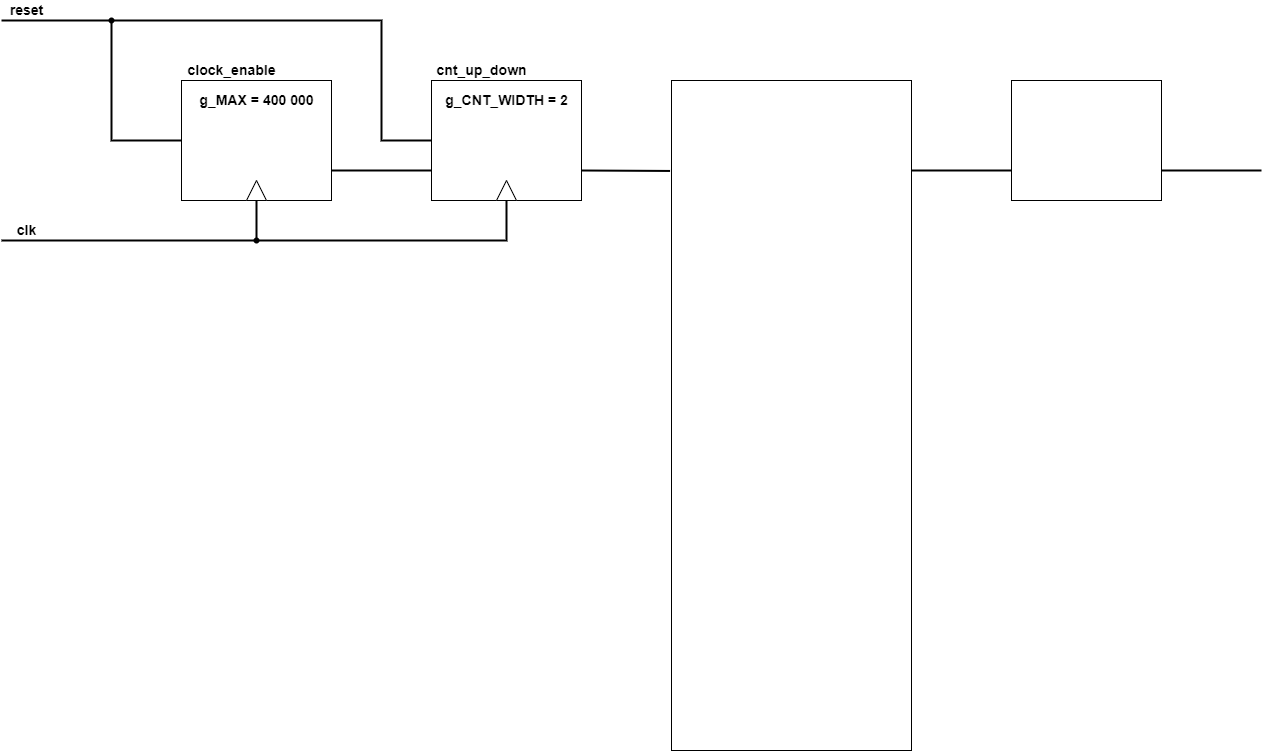
Marxs31/digital-electronics-1 keeps this draw.io diagram as labs/07-display_driver/images/schema2.png. Above is the earlier version. Source tidied: cells renumbered, new cells last; positions are measured from the earlier drawing's top-left corner, leaving out a move shared by most shapes. Source of this version:
```xml
<mxGraphModel>
  <root>
    <mxCell id="0" />
    <mxCell id="1" parent="0" />
    <mxCell id="2" style="rounded=0;whiteSpace=wrap;html=1;" parent="1" vertex="1">
      <mxGeometry x="180" y="80" width="150" height="120" as="geometry" />
    </mxCell>
    <mxCell id="3" style="rounded=0;whiteSpace=wrap;html=1;" parent="1" vertex="1">
      <mxGeometry x="430" y="80" width="150" height="120" as="geometry" />
    </mxCell>
    <mxCell id="4" style="rounded=0;whiteSpace=wrap;html=1;" parent="1" vertex="1">
      <mxGeometry x="670" y="80" width="240" height="670" as="geometry" />
    </mxCell>
    <mxCell id="5" style="rounded=0;whiteSpace=wrap;html=1;" parent="1" vertex="1">
      <mxGeometry x="1010" y="80" width="150" height="120" as="geometry" />
    </mxCell>
    <mxCell id="6" style="endArrow=none;html=1;rounded=0;entryX=0;entryY=0.75;entryDx=0;entryDy=0;strokeWidth=2;" parent="1" edge="1" target="3">
      <mxGeometry relative="1" as="geometry">
        <mxPoint x="330" y="170" as="sourcePoint" />
      </mxGeometry>
    </mxCell>
    <mxCell id="7" style="endArrow=none;html=1;rounded=0;exitX=1;exitY=0.75;exitDx=0;exitDy=0;entryX=-0.006;entryY=0.135;entryDx=0;entryDy=0;entryPerimeter=0;strokeWidth=2;" parent="1" edge="1" source="3" target="4">
      <mxGeometry relative="1" as="geometry" />
    </mxCell>
    <mxCell id="8" style="endArrow=none;html=1;rounded=0;strokeWidth=2;" parent="1" edge="1">
      <mxGeometry relative="1" as="geometry">
        <mxPoint x="910" y="170" as="sourcePoint" />
        <mxPoint x="1010" y="170" as="targetPoint" />
      </mxGeometry>
    </mxCell>
    <mxCell id="9" style="endArrow=none;html=1;rounded=0;strokeWidth=2;exitX=1;exitY=0.75;exitDx=0;exitDy=0;" parent="1" edge="1" source="5">
      <mxGeometry relative="1" as="geometry">
        <mxPoint x="1260" y="170" as="targetPoint" />
      </mxGeometry>
    </mxCell>
    <mxCell id="10" style="endArrow=none;html=1;rounded=0;strokeWidth=2;entryX=0.5;entryY=1;entryDx=0;entryDy=0;" parent="1" edge="1" target="3">
      <mxGeometry relative="1" as="geometry">
        <mxPoint y="240" as="sourcePoint" />
        <Array as="points">
          <mxPoint x="505" y="240" />
        </Array>
      </mxGeometry>
    </mxCell>
    <mxCell id="11" style="endArrow=none;html=1;rounded=0;strokeWidth=2;exitDx=0;exitDy=0;startArrow=none;" parent="1" edge="1" source="17">
      <mxGeometry relative="1" as="geometry">
        <mxPoint x="255" y="240" as="targetPoint" />
      </mxGeometry>
    </mxCell>
    <mxCell id="12" style="endArrow=none;html=1;rounded=0;strokeWidth=2;entryX=0;entryY=0.5;entryDx=0;entryDy=0;startArrow=none;" parent="1" edge="1" source="15" target="3">
      <mxGeometry relative="1" as="geometry">
        <Array as="points">
          <mxPoint x="380" y="20" />
          <mxPoint x="380" y="140" />
        </Array>
      </mxGeometry>
    </mxCell>
    <mxCell id="13" style="endArrow=none;html=1;rounded=0;strokeWidth=2;entryX=0;entryY=0.5;entryDx=0;entryDy=0;" parent="1" edge="1" target="2">
      <mxGeometry relative="1" as="geometry">
        <mxPoint x="110" y="20" as="sourcePoint" />
        <Array as="points">
          <mxPoint x="110" y="140" />
        </Array>
      </mxGeometry>
    </mxCell>
    <mxCell id="14" value="&lt;font style=&quot;font-size: 14px;&quot;&gt;reset&lt;/font&gt;" style="text;html=1;align=center;verticalAlign=middle;strokeColor=none;fillColor=none;fontSize=14;fontStyle=1;" parent="1" vertex="1">
      <mxGeometry width="50" height="20" as="geometry" />
    </mxCell>
    <mxCell id="15" style="shape=waypoint;sketch=0;fillStyle=solid;size=6;points=[];fillColor=none;perimeter=centerPerimeter;snapToPoint=1;fontSize=14;" parent="1" vertex="1">
      <mxGeometry x="90" width="40" height="40" as="geometry" />
    </mxCell>
    <mxCell id="16" style="endArrow=none;html=1;rounded=0;strokeWidth=2;entryDx=0;entryDy=0;" parent="1" edge="1" target="15">
      <mxGeometry relative="1" as="geometry">
        <mxPoint y="20" as="sourcePoint" />
      </mxGeometry>
    </mxCell>
    <mxCell id="17" style="shape=waypoint;sketch=0;fillStyle=solid;size=6;points=[];fillColor=none;perimeter=centerPerimeter;snapToPoint=1;fontSize=14;" parent="1" vertex="1">
      <mxGeometry x="235" y="220" width="40" height="40" as="geometry" />
    </mxCell>
    <mxCell id="18" style="endArrow=none;html=1;rounded=0;strokeWidth=2;exitX=0;exitY=0.5;exitDx=0;exitDy=0;startArrow=none;" parent="1" edge="1" source="20" target="17">
      <mxGeometry relative="1" as="geometry" />
    </mxCell>
    <mxCell id="19" value="&lt;font style=&quot;font-size: 14px&quot;&gt;clk&lt;/font&gt;" style="text;html=1;align=center;verticalAlign=middle;strokeColor=none;fillColor=none;fontSize=14;fontStyle=1;" parent="1" vertex="1">
      <mxGeometry x="10" y="220" width="30" height="20" as="geometry" />
    </mxCell>
    <mxCell id="20" style="triangle;whiteSpace=wrap;html=1;fontSize=14;rotation=-90;" parent="1" vertex="1">
      <mxGeometry x="245" y="180" width="20" height="20" as="geometry" />
    </mxCell>
    <mxCell id="21" style="endArrow=none;html=1;rounded=0;strokeWidth=2;exitX=0.5;exitY=1;exitDx=0;exitDy=0;" parent="1" edge="1" source="2" target="20">
      <mxGeometry relative="1" as="geometry" />
    </mxCell>
    <mxCell id="22" style="triangle;whiteSpace=wrap;html=1;fontSize=14;rotation=-90;" parent="1" vertex="1">
      <mxGeometry x="495" y="180" width="20" height="20" as="geometry" />
    </mxCell>
    <mxCell id="23" value="&lt;font style=&quot;font-size: 14px&quot;&gt;clock_enable&lt;/font&gt;" style="text;html=1;align=center;verticalAlign=middle;strokeColor=none;fillColor=none;fontSize=14;fontStyle=1;" parent="1" vertex="1">
      <mxGeometry x="180" y="60" width="100" height="20" as="geometry" />
    </mxCell>
    <mxCell id="24" value="&lt;font style=&quot;font-size: 14px&quot;&gt;cnt_up_down&lt;/font&gt;" style="text;html=1;align=center;verticalAlign=middle;strokeColor=none;fillColor=none;fontSize=14;fontStyle=1;" parent="1" vertex="1">
      <mxGeometry x="425" y="60" width="110" height="20" as="geometry" />
    </mxCell>
    <mxCell id="25" value="&lt;font style=&quot;font-size: 14px&quot;&gt;g_MAX = 400 000&lt;/font&gt;" style="text;html=1;align=center;verticalAlign=middle;strokeColor=none;fillColor=none;fontSize=14;fontStyle=1;" parent="1" vertex="1">
      <mxGeometry x="190" y="90" width="130" height="20" as="geometry" />
    </mxCell>
    <mxCell id="26" value="&lt;font style=&quot;font-size: 14px&quot;&gt;g_CNT_WIDTH = 2&lt;/font&gt;" style="text;html=1;align=center;verticalAlign=middle;strokeColor=none;fillColor=none;fontSize=14;fontStyle=1;" parent="1" vertex="1">
      <mxGeometry x="435" y="90" width="140" height="20" as="geometry" />
    </mxCell>
  </root>
</mxGraphModel>
```
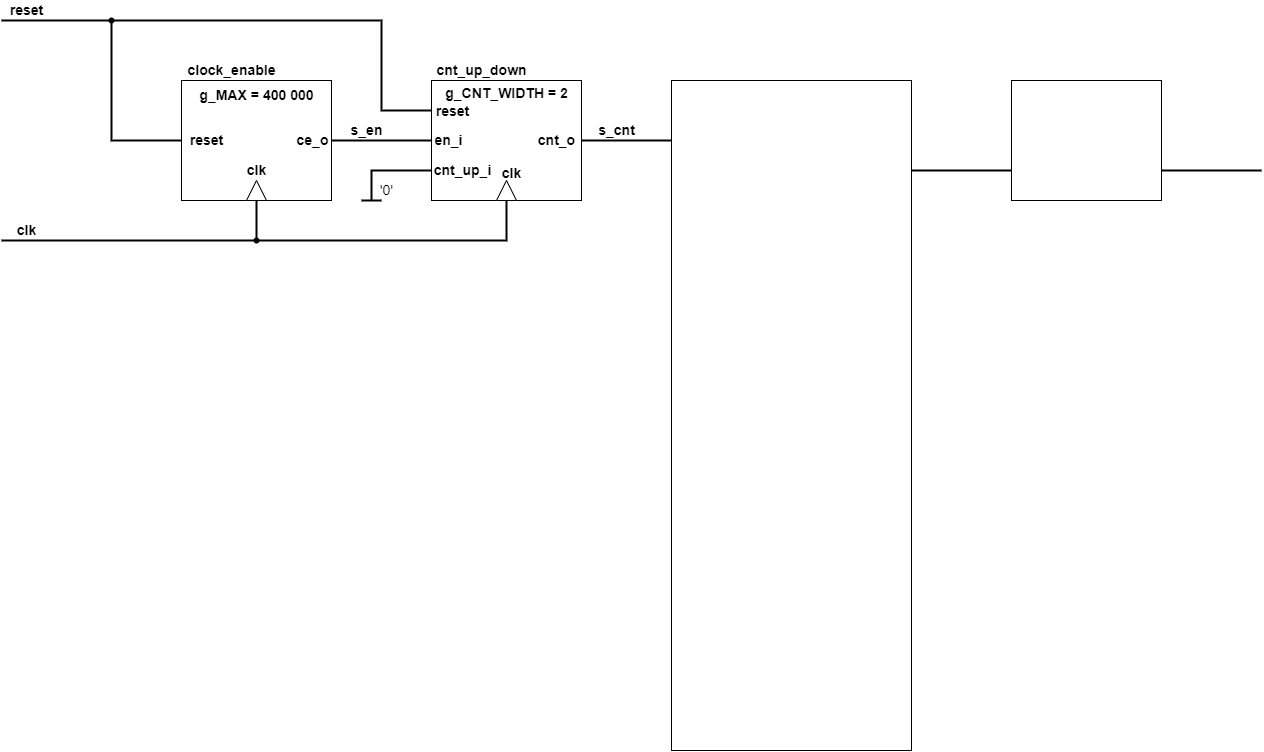
After the change.

Diff of the diagram source:
```diff
@@ -14,13 +14,13 @@
     <mxCell id="5" style="rounded=0;whiteSpace=wrap;html=1;" parent="1" vertex="1">
       <mxGeometry x="1010" y="80" width="150" height="120" as="geometry" />
     </mxCell>
-    <mxCell id="6" style="endArrow=none;html=1;rounded=0;entryX=0;entryY=0.75;entryDx=0;entryDy=0;strokeWidth=2;" parent="1" edge="1" target="3">
-      <mxGeometry relative="1" as="geometry">
-        <mxPoint x="330" y="170" as="sourcePoint" />
-      </mxGeometry>
+    <mxCell id="6" style="endArrow=none;html=1;rounded=0;entryX=0;entryY=0.5;entryDx=0;entryDy=0;strokeWidth=2;exitX=1;exitY=0.5;exitDx=0;exitDy=0;" parent="1" edge="1" source="2" target="3">
+      <mxGeometry relative="1" as="geometry" />
     </mxCell>
-    <mxCell id="7" style="endArrow=none;html=1;rounded=0;exitX=1;exitY=0.75;exitDx=0;exitDy=0;entryX=-0.006;entryY=0.135;entryDx=0;entryDy=0;entryPerimeter=0;strokeWidth=2;" parent="1" edge="1" source="3" target="4">
-      <mxGeometry relative="1" as="geometry" />
+    <mxCell id="7" style="endArrow=none;html=1;rounded=0;exitX=1;exitY=0.5;exitDx=0;exitDy=0;strokeWidth=2;" parent="1" edge="1" source="3">
+      <mxGeometry relative="1" as="geometry">
+        <mxPoint x="670" y="140" as="targetPoint" />
+      </mxGeometry>
     </mxCell>
     <mxCell id="8" style="endArrow=none;html=1;rounded=0;strokeWidth=2;" parent="1" edge="1">
       <mxGeometry relative="1" as="geometry">
@@ -46,11 +46,11 @@
         <mxPoint x="255" y="240" as="targetPoint" />
       </mxGeometry>
     </mxCell>
-    <mxCell id="12" style="endArrow=none;html=1;rounded=0;strokeWidth=2;entryX=0;entryY=0.5;entryDx=0;entryDy=0;startArrow=none;" parent="1" edge="1" source="15" target="3">
+    <mxCell id="12" style="endArrow=none;html=1;rounded=0;strokeWidth=2;entryX=0;entryY=0.25;entryDx=0;entryDy=0;startArrow=none;" parent="1" edge="1" source="15" target="3">
       <mxGeometry relative="1" as="geometry">
         <Array as="points">
           <mxPoint x="380" y="20" />
-          <mxPoint x="380" y="140" />
+          <mxPoint x="380" y="110" />
         </Array>
       </mxGeometry>
     </mxCell>
@@ -98,10 +98,57 @@
       <mxGeometry x="425" y="60" width="110" height="20" as="geometry" />
     </mxCell>
     <mxCell id="25" value="&lt;font style=&quot;font-size: 14px&quot;&gt;g_MAX = 400 000&lt;/font&gt;" style="text;html=1;align=center;verticalAlign=middle;strokeColor=none;fillColor=none;fontSize=14;fontStyle=1;" parent="1" vertex="1">
-      <mxGeometry x="190" y="90" width="130" height="20" as="geometry" />
+      <mxGeometry x="190" y="85" width="130" height="20" as="geometry" />
     </mxCell>
     <mxCell id="26" value="&lt;font style=&quot;font-size: 14px&quot;&gt;g_CNT_WIDTH = 2&lt;/font&gt;" style="text;html=1;align=center;verticalAlign=middle;strokeColor=none;fillColor=none;fontSize=14;fontStyle=1;" parent="1" vertex="1">
-      <mxGeometry x="435" y="90" width="140" height="20" as="geometry" />
+      <mxGeometry x="435" y="83" width="140" height="20" as="geometry" />
     </mxCell>
+    <mxCell id="27" style="endArrow=none;html=1;rounded=0;fontSize=14;strokeWidth=2;entryX=0;entryY=0.75;entryDx=0;entryDy=0;" parent="1" edge="1" target="3">
+      <mxGeometry relative="1" as="geometry">
+        <mxPoint x="370" y="200" as="sourcePoint" />
+        <Array as="points">
+          <mxPoint x="370" y="170" />
+        </Array>
+      </mxGeometry>
+    </mxCell>
+    <mxCell id="28" style="endArrow=none;html=1;rounded=0;fontSize=14;strokeWidth=2;" parent="1" edge="1">
+      <mxGeometry relative="1" as="geometry">
+        <mxPoint x="360" y="200" as="sourcePoint" />
+        <mxPoint x="380" y="200" as="targetPoint" />
+      </mxGeometry>
+    </mxCell>
+    <mxCell id="29" value="'0'" style="text;html=1;align=center;verticalAlign=middle;strokeColor=none;fillColor=none;fontSize=14;" parent="1" vertex="1">
+      <mxGeometry x="370" y="180" width="30" height="20" as="geometry" />
+    </mxCell>
+    <mxCell id="30" value="&lt;b&gt;s_en&lt;/b&gt;" style="text;html=1;align=center;verticalAlign=middle;strokeColor=none;fillColor=none;fontSize=14;" parent="1" vertex="1">
+      <mxGeometry x="340" y="120" width="50" height="20" as="geometry" />
+    </mxCell>
+    <mxCell id="31" value="&lt;b&gt;reset&lt;/b&gt;" style="text;html=1;align=center;verticalAlign=middle;strokeColor=none;fillColor=none;fontSize=14;" parent="1" vertex="1">
+      <mxGeometry x="180" y="130" width="50" height="20" as="geometry" />
+    </mxCell>
+    <mxCell id="32" value="&lt;b&gt;reset&lt;/b&gt;" style="text;html=1;align=center;verticalAlign=middle;strokeColor=none;fillColor=none;fontSize=14;" parent="1" vertex="1">
+      <mxGeometry x="426" y="101" width="50" height="20" as="geometry" />
+    </mxCell>
+    <mxCell id="33" value="&lt;b&gt;clk&lt;/b&gt;" style="text;html=1;align=center;verticalAlign=middle;strokeColor=none;fillColor=none;fontSize=14;" parent="1" vertex="1">
+      <mxGeometry x="240" y="160" width="30" height="20" as="geometry" />
+    </mxCell>
+    <mxCell id="34" value="&lt;b&gt;clk&lt;/b&gt;" style="text;html=1;align=center;verticalAlign=middle;strokeColor=none;fillColor=none;fontSize=14;" parent="1" vertex="1">
+      <mxGeometry x="495" y="163" width="30" height="20" as="geometry" />
+    </mxCell>
+    <mxCell id="35" value="&lt;b&gt;ce_o&lt;/b&gt;" style="text;html=1;align=center;verticalAlign=middle;strokeColor=none;fillColor=none;fontSize=14;" parent="1" vertex="1">
+      <mxGeometry x="286" y="130" width="50" height="20" as="geometry" />
+    </mxCell>
+    <mxCell id="36" value="&lt;b&gt;cnt_o&lt;/b&gt;" style="text;html=1;align=center;verticalAlign=middle;strokeColor=none;fillColor=none;fontSize=14;" parent="1" vertex="1">
+      <mxGeometry x="530" y="130" width="50" height="20" as="geometry" />
+    </mxCell>
+    <mxCell id="37" value="&lt;b&gt;en_i&lt;/b&gt;" style="text;html=1;align=center;verticalAlign=middle;strokeColor=none;fillColor=none;fontSize=14;" parent="1" vertex="1">
+      <mxGeometry x="427" y="130" width="40" height="20" as="geometry" />
+    </mxCell>
+    <mxCell id="38" value="&lt;b&gt;cnt_up_i&lt;/b&gt;" style="text;html=1;align=center;verticalAlign=middle;strokeColor=none;fillColor=none;fontSize=14;" parent="1" vertex="1">
+      <mxGeometry x="426" y="160" width="70" height="20" as="geometry" />
+    </mxCell>
+    <mxCell id="39" value="&lt;b&gt;s_cnt&lt;/b&gt;" style="text;html=1;align=center;verticalAlign=middle;strokeColor=none;fillColor=none;fontSize=14;" parent="1" vertex="1">
+      <mxGeometry x="590" y="120" width="50" height="20" as="geometry" />
+    </mxCell>
   </root>
 </mxGraphModel>
```
